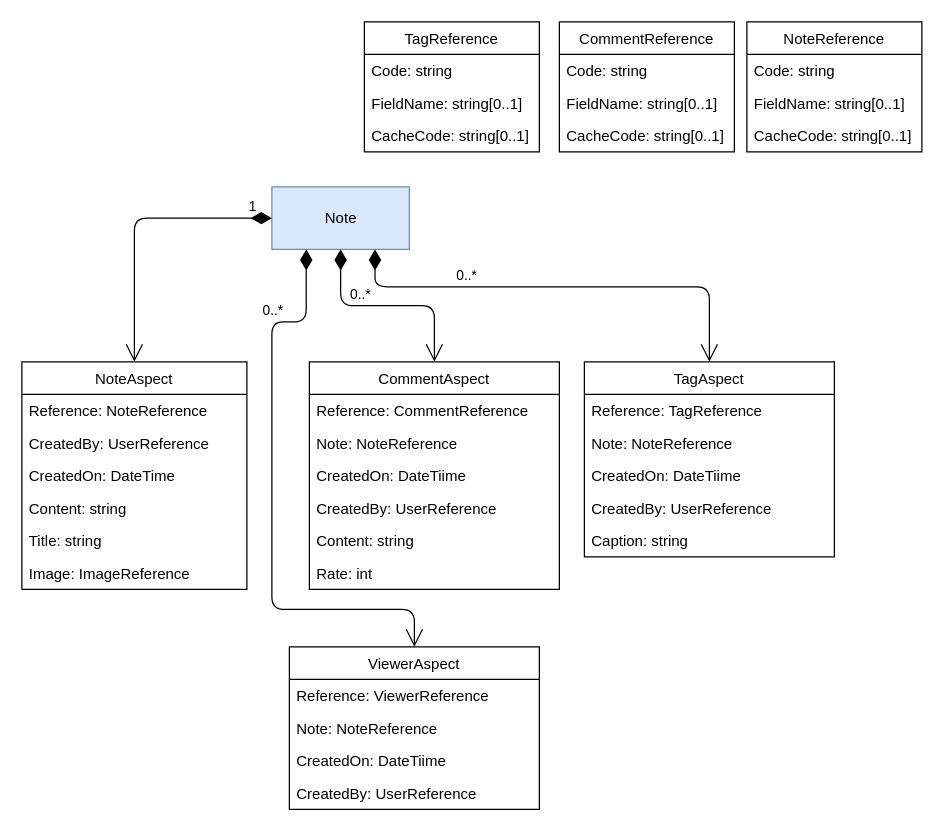
Earlier version of the draw.io diagram UML/ExchangeAndSharing.drawio (sdlfly2000/MindBridgeCampServer). Source tidied: cells renumbered, new cells numbered last; positions are measured from the earlier drawing's top-left corner, leaving out a move shared by most shapes. Both pictures are drawn from the tidied source at 125%, with x=0, y=0 at pixel (21, 21).
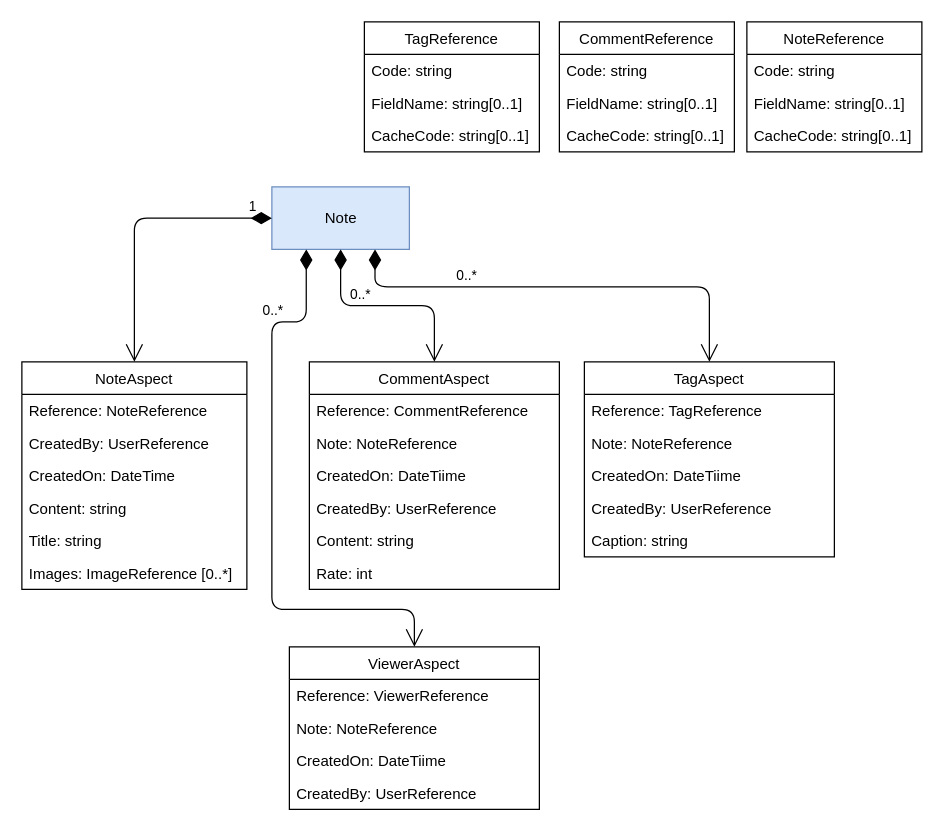
The same page after the edit.

Commit message:
Images of NoteAspect to be multiple

Unchanged cells that the change refers to:
```xml
<mxCell id="2" value="NoteAspect" style="swimlane;fontStyle=0;horizontal=1;startSize=26;fillColor=none;" parent="1" vertex="1">
  <mxGeometry y="272" width="180" height="182" as="geometry" />
</mxCell>
```

Change to the diagram source:
```diff
@@
-    <mxCell id="8" value="Image: ImageReference" style="text;strokeColor=none;fillColor=none;align=left;verticalAlign=top;spacingLeft=4;spacingRight=4;overflow=hidden;" parent="2" vertex="1">
+    <mxCell id="8" value="Images: ImageReference [0..*]" style="text;strokeColor=none;fillColor=none;align=left;verticalAlign=top;spacingLeft=4;spacingRight=4;overflow=hidden;" parent="2" vertex="1">
       <mxGeometry y="156" width="180" height="26" as="geometry" />
     </mxCell>
```
